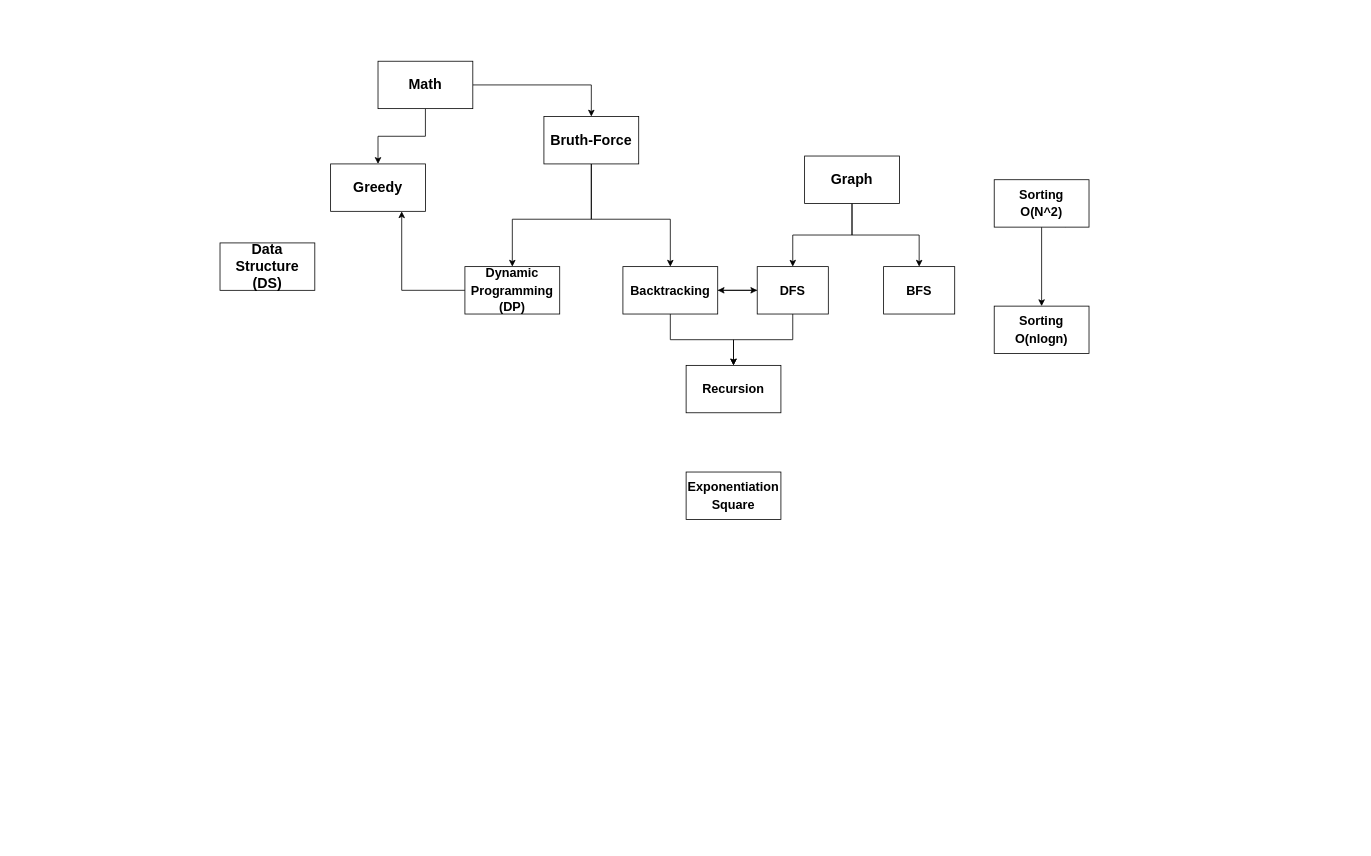
Above: Untitled Diagram.drawio in kth990303/BaekjoonStudy (draw.io), before the change. Source tidied: cells renumbered, new cells numbered last; positions are measured from the earlier drawing's top-left corner, leaving out a move shared by most shapes. Both pictures are drawn from the tidied source at 79%, with x=0, y=0 at pixel (220, 61).
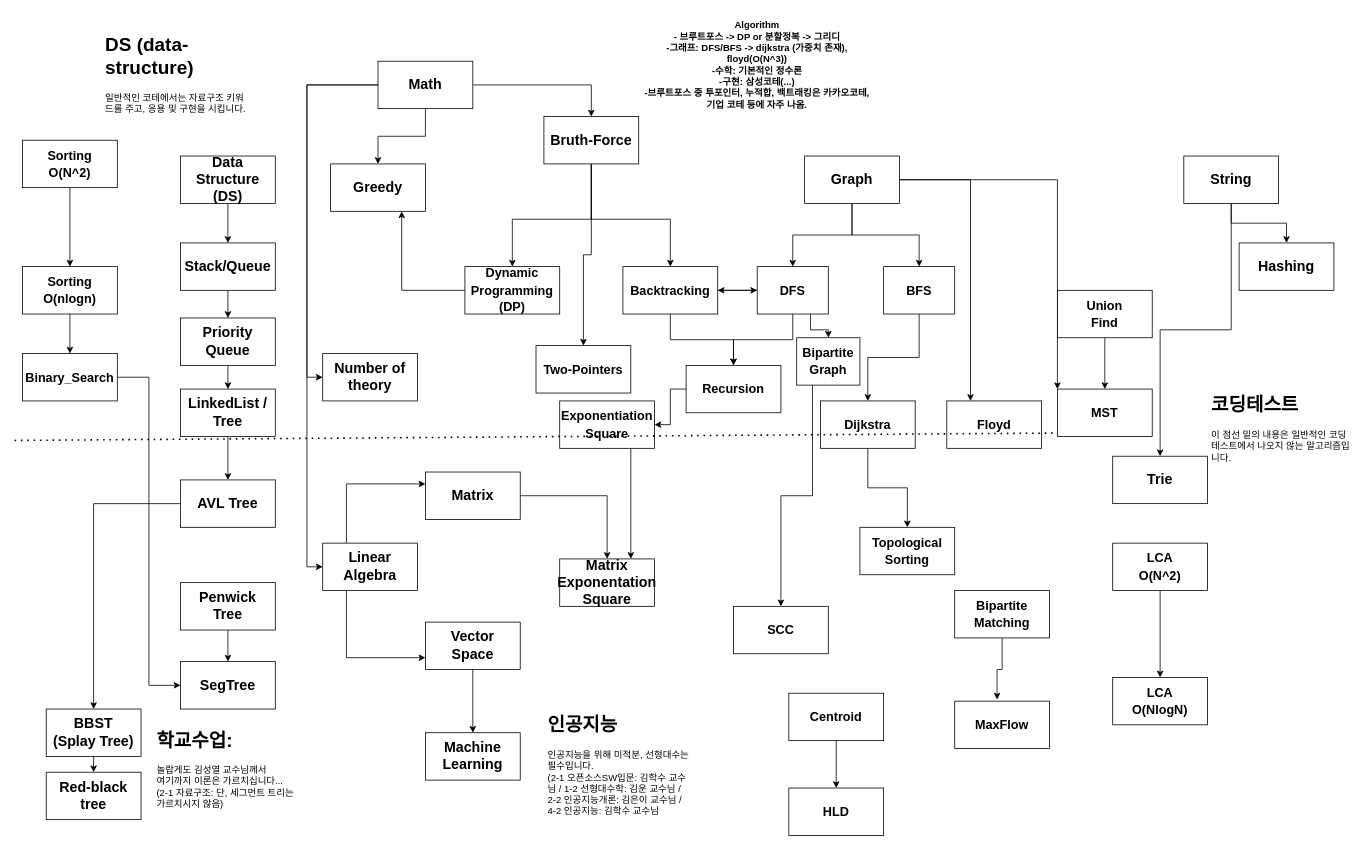
The same diagram, later.

Unchanged cells that the change refers to:
```xml
<mxCell id="4" value="&lt;font style=&quot;font-size: 18px&quot;&gt;&lt;b&gt;Bruth-Force&lt;/b&gt;&lt;/font&gt;" style="rounded=0;whiteSpace=wrap;html=1;" parent="1" vertex="1">
  <mxGeometry x="410" y="70" width="120" height="60" as="geometry" />
</mxCell>
<mxCell id="9" value="&lt;font style=&quot;font-size: 18px&quot;&gt;&lt;b&gt;Math&lt;/b&gt;&lt;/font&gt;" style="rounded=0;whiteSpace=wrap;html=1;" parent="1" vertex="1">
  <mxGeometry x="200" width="120" height="60" as="geometry" />
</mxCell>
<mxCell id="12" value="&lt;font style=&quot;font-size: 18px&quot;&gt;&lt;b&gt;Graph&lt;/b&gt;&lt;/font&gt;" style="rounded=0;whiteSpace=wrap;html=1;" parent="1" vertex="1">
  <mxGeometry x="740" y="120" width="120" height="60" as="geometry" />
</mxCell>
<mxCell id="18" value="&lt;font style=&quot;font-size: 18px&quot;&gt;&lt;b style=&quot;font-size: 16px&quot;&gt;DFS&lt;br&gt;&lt;/b&gt;&lt;/font&gt;" style="rounded=0;whiteSpace=wrap;html=1;" parent="1" vertex="1">
  <mxGeometry x="680" y="260" width="90" height="60" as="geometry" />
</mxCell>
<mxCell id="19" value="&lt;font style=&quot;font-size: 18px&quot;&gt;&lt;b style=&quot;font-size: 16px&quot;&gt;BFS&lt;br&gt;&lt;/b&gt;&lt;/font&gt;" style="rounded=0;whiteSpace=wrap;html=1;" parent="1" vertex="1">
  <mxGeometry x="840" y="260" width="90" height="60" as="geometry" />
</mxCell>
<mxCell id="26" value="&lt;font style=&quot;font-size: 18px&quot;&gt;&lt;b style=&quot;font-size: 16px&quot;&gt;Recursion&lt;br&gt;&lt;/b&gt;&lt;/font&gt;" style="rounded=0;whiteSpace=wrap;html=1;" parent="1" vertex="1">
  <mxGeometry x="590" y="385" width="120" height="60" as="geometry" />
</mxCell>
```

What changed in the source:
```diff
@@
+    <mxCell id="28" style="edgeStyle=orthogonalEdgeStyle;rounded=0;jettySize=auto;html=1;exitX=0.5;exitY=1;exitDx=0;exitDy=0;entryX=0.5;entryY=0;entryDx=0;entryDy=0;" parent="1" edge="1" source="4" target="52">
+      <mxGeometry relative="1" as="geometry" />
+    </mxCell>
@@
+    <mxCell id="29" style="edgeStyle=orthogonalEdgeStyle;rounded=0;jettySize=auto;html=1;exitX=0;exitY=0.5;exitDx=0;exitDy=0;entryX=0;entryY=0.5;entryDx=0;entryDy=0;" parent="1" edge="1" source="9" target="45">
+      <mxGeometry relative="1" as="geometry" />
+    </mxCell>
+    <mxCell id="30" style="edgeStyle=orthogonalEdgeStyle;rounded=0;jettySize=auto;html=1;exitX=0;exitY=0.5;exitDx=0;exitDy=0;entryX=0;entryY=0.5;entryDx=0;entryDy=0;" parent="1" edge="1" source="9" target="48">
+      <mxGeometry relative="1" as="geometry" />
+    </mxCell>
@@
+    <mxCell id="31" style="edgeStyle=orthogonalEdgeStyle;rounded=0;jettySize=auto;html=1;exitX=1;exitY=0.5;exitDx=0;exitDy=0;entryX=0.25;entryY=0;entryDx=0;entryDy=0;" parent="1" edge="1" source="12" target="49">
+      <mxGeometry relative="1" as="geometry" />
+    </mxCell>
+    <mxCell id="32" style="edgeStyle=orthogonalEdgeStyle;rounded=0;jettySize=auto;html=1;exitX=1;exitY=0.5;exitDx=0;exitDy=0;entryX=0;entryY=0;entryDx=0;entryDy=0;" parent="1" edge="1" source="12" target="84">
+      <mxGeometry relative="1" as="geometry" />
+    </mxCell>
@@
+    <mxCell id="33" style="edgeStyle=orthogonalEdgeStyle;rounded=0;jettySize=auto;html=1;exitX=0.75;exitY=1;exitDx=0;exitDy=0;" parent="1" edge="1" source="18" target="77">
+      <mxGeometry relative="1" as="geometry" />
+    </mxCell>
@@
+    <mxCell id="34" style="edgeStyle=orthogonalEdgeStyle;rounded=0;jettySize=auto;html=1;exitX=0.5;exitY=1;exitDx=0;exitDy=0;entryX=0.5;entryY=0;entryDx=0;entryDy=0;" parent="1" edge="1" source="19" target="40">
+      <mxGeometry relative="1" as="geometry" />
+    </mxCell>
@@
+    <mxCell id="35" style="edgeStyle=orthogonalEdgeStyle;rounded=0;jettySize=auto;html=1;exitX=0.5;exitY=1;exitDx=0;exitDy=0;" parent="1" edge="1" source="20" target="42">
+      <mxGeometry relative="1" as="geometry" />
+    </mxCell>
     <mxCell id="20" value="&lt;font style=&quot;font-size: 18px&quot;&gt;&lt;b&gt;Data&lt;br&gt;Structure&lt;br&gt;(DS)&lt;br&gt;&lt;/b&gt;&lt;/font&gt;" style="rounded=0;whiteSpace=wrap;html=1;" parent="1" vertex="1">
-      <mxGeometry y="230" width="120" height="60" as="geometry" />
+      <mxGeometry x="-50" y="120" width="120" height="60" as="geometry" />
     </mxCell>
@@
+    <mxCell id="36" style="edgeStyle=orthogonalEdgeStyle;rounded=0;jettySize=auto;html=1;exitX=0.5;exitY=1;exitDx=0;exitDy=0;entryX=0.5;entryY=0;entryDx=0;entryDy=0;" parent="1" edge="1" source="23" target="55">
+      <mxGeometry relative="1" as="geometry" />
+    </mxCell>
     <mxCell id="23" value="&lt;font style=&quot;font-size: 18px&quot;&gt;&lt;b style=&quot;font-size: 16px&quot;&gt;Sorting&lt;br&gt;O(nlogn)&lt;br&gt;&lt;/b&gt;&lt;/font&gt;" style="rounded=0;whiteSpace=wrap;html=1;" parent="1" vertex="1">
-      <mxGeometry x="980" y="310" width="120" height="60" as="geometry" />
+      <mxGeometry x="-250" y="260" width="120" height="60" as="geometry" />
     </mxCell>
@@
     <mxCell id="25" value="&lt;font style=&quot;font-size: 18px&quot;&gt;&lt;b style=&quot;font-size: 16px&quot;&gt;Sorting&lt;br&gt;O(N^2)&lt;br&gt;&lt;/b&gt;&lt;/font&gt;" style="rounded=0;whiteSpace=wrap;html=1;" parent="1" vertex="1">
-      <mxGeometry x="980" y="150" width="120" height="60" as="geometry" />
+      <mxGeometry x="-250" y="100" width="120" height="60" as="geometry" />
     </mxCell>
+    <mxCell id="37" style="edgeStyle=orthogonalEdgeStyle;rounded=0;jettySize=auto;html=1;exitX=0;exitY=0.5;exitDx=0;exitDy=0;entryX=1;entryY=0.5;entryDx=0;entryDy=0;" parent="1" edge="1" source="26" target="27">
+      <mxGeometry relative="1" as="geometry" />
+    </mxCell>
@@
+    <mxCell id="38" style="edgeStyle=orthogonalEdgeStyle;rounded=0;jettySize=auto;html=1;exitX=0.75;exitY=1;exitDx=0;exitDy=0;entryX=0.75;entryY=0;entryDx=0;entryDy=0;" parent="1" edge="1" source="27" target="70">
+      <mxGeometry relative="1" as="geometry" />
+    </mxCell>
     <mxCell id="27" value="&lt;font style=&quot;font-size: 18px&quot;&gt;&lt;b style=&quot;font-size: 16px&quot;&gt;Exponentiation&lt;br&gt;Square&lt;br&gt;&lt;/b&gt;&lt;/font&gt;" style="rounded=0;whiteSpace=wrap;html=1;" parent="1" vertex="1">
-      <mxGeometry x="590" y="520" width="120" height="60" as="geometry" />
+      <mxGeometry x="430" y="430" width="120" height="60" as="geometry" />
     </mxCell>
+    <mxCell id="39" style="edgeStyle=orthogonalEdgeStyle;rounded=0;jettySize=auto;html=1;exitX=0.5;exitY=1;exitDx=0;exitDy=0;entryX=0.5;entryY=0;entryDx=0;entryDy=0;" parent="1" edge="1" source="40" target="75">
+      <mxGeometry relative="1" as="geometry" />
+    </mxCell>
+    <mxCell id="40" value="&lt;font style=&quot;font-size: 18px&quot;&gt;&lt;b style=&quot;font-size: 16px&quot;&gt;Dijkstra&lt;br&gt;&lt;/b&gt;&lt;/font&gt;" style="rounded=0;whiteSpace=wrap;html=1;" parent="1" vertex="1">
+      <mxGeometry x="760" y="430" width="120" height="60" as="geometry" />
+    </mxCell>
+    <mxCell id="41" style="edgeStyle=orthogonalEdgeStyle;rounded=0;jettySize=auto;html=1;exitX=0.5;exitY=1;exitDx=0;exitDy=0;entryX=0.5;entryY=0;entryDx=0;entryDy=0;" parent="1" edge="1" source="42" target="44">
+      <mxGeometry relative="1" as="geometry" />
+    </mxCell>
+    <mxCell id="42" value="&lt;b&gt;&lt;font style=&quot;font-size: 18px&quot;&gt;Stack/Queue&lt;/font&gt;&lt;/b&gt;" style="rounded=0;whiteSpace=wrap;html=1;" parent="1" vertex="1">
+      <mxGeometry x="-50" y="230" width="120" height="60" as="geometry" />
+    </mxCell>
+    <mxCell id="43" style="edgeStyle=orthogonalEdgeStyle;rounded=0;jettySize=auto;html=1;exitX=0.5;exitY=1;exitDx=0;exitDy=0;entryX=0.5;entryY=0;entryDx=0;entryDy=0;" parent="1" edge="1" source="44" target="57">
+      <mxGeometry relative="1" as="geometry" />
+    </mxCell>
+    <mxCell id="44" value="&lt;b&gt;&lt;font style=&quot;font-size: 18px&quot;&gt;Priority&lt;br&gt;Queue&lt;/font&gt;&lt;/b&gt;" style="rounded=0;whiteSpace=wrap;html=1;" parent="1" vertex="1">
+      <mxGeometry x="-50" y="325" width="120" height="60" as="geometry" />
+    </mxCell>
+    <mxCell id="45" value="&lt;font style=&quot;font-size: 18px&quot;&gt;&lt;b&gt;Number of&lt;br&gt;theory&lt;br&gt;&lt;/b&gt;&lt;/font&gt;" style="rounded=0;whiteSpace=wrap;html=1;" parent="1" vertex="1">
+      <mxGeometry x="130" y="370" width="120" height="60" as="geometry" />
+    </mxCell>
+    <mxCell id="46" style="edgeStyle=orthogonalEdgeStyle;rounded=0;jettySize=auto;html=1;exitX=0.25;exitY=0;exitDx=0;exitDy=0;entryX=0;entryY=0.25;entryDx=0;entryDy=0;" parent="1" edge="1" source="48" target="67">
+      <mxGeometry relative="1" as="geometry" />
+    </mxCell>
+    <mxCell id="47" style="edgeStyle=orthogonalEdgeStyle;rounded=0;jettySize=auto;html=1;exitX=0.25;exitY=1;exitDx=0;exitDy=0;entryX=0;entryY=0.75;entryDx=0;entryDy=0;" parent="1" edge="1" source="48" target="69">
+      <mxGeometry relative="1" as="geometry" />
+    </mxCell>
+    <mxCell id="48" value="&lt;font style=&quot;font-size: 18px&quot;&gt;&lt;b&gt;Linear&lt;br&gt;Algebra&lt;br&gt;&lt;/b&gt;&lt;/font&gt;" style="rounded=0;whiteSpace=wrap;html=1;" parent="1" vertex="1">
+      <mxGeometry x="130" y="610" width="120" height="60" as="geometry" />
+    </mxCell>
+    <mxCell id="49" value="&lt;font style=&quot;font-size: 18px&quot;&gt;&lt;b style=&quot;font-size: 16px&quot;&gt;Floyd&lt;br&gt;&lt;/b&gt;&lt;/font&gt;" style="rounded=0;whiteSpace=wrap;html=1;" parent="1" vertex="1">
+      <mxGeometry x="920" y="430" width="120" height="60" as="geometry" />
+    </mxCell>
+    <mxCell id="50" style="endArrow=none;dashed=1;html=1;dashPattern=1 3;strokeWidth=2;" parent="1" edge="1">
+      <mxGeometry relative="1" as="geometry">
+        <mxPoint x="-260" y="480" as="sourcePoint" />
+        <mxPoint x="1152.7" y="470" as="targetPoint" />
+      </mxGeometry>
+    </mxCell>
+    <mxCell id="51" value="Algorithm&lt;br&gt;- 브루트포스 -&amp;gt; DP or 분할정복 -&amp;gt; 그리디&lt;br&gt;-그래프: DFS/BFS -&amp;gt; dijkstra (가중치 존재), floyd(O(N^3))&lt;br&gt;-수학: 기본적인 정수론&lt;br&gt;-구현: 삼성코테(...)&lt;br&gt;-브루트포스 중 투포인터, 누적합, 백트래킹은 카카오코테, 기업 코테 등에 자주 나옴." style="text;html=1;strokeColor=none;fillColor=none;align=center;verticalAlign=middle;whiteSpace=wrap;rounded=0;fontStyle=1;" parent="1" vertex="1">
+      <mxGeometry x="530" y="-60" width="300" height="130" as="geometry" />
+    </mxCell>
+    <mxCell id="52" value="&lt;font style=&quot;font-size: 18px&quot;&gt;&lt;b style=&quot;font-size: 16px&quot;&gt;Two-Pointers&lt;br&gt;&lt;/b&gt;&lt;/font&gt;" style="rounded=0;whiteSpace=wrap;html=1;" parent="1" vertex="1">
+      <mxGeometry x="400" y="360" width="120" height="60" as="geometry" />
+    </mxCell>
+    <mxCell id="53" value="&lt;font style=&quot;font-size: 18px&quot;&gt;&lt;b&gt;SegTree&lt;br&gt;&lt;/b&gt;&lt;/font&gt;" style="rounded=0;whiteSpace=wrap;html=1;" parent="1" vertex="1">
+      <mxGeometry x="-50" y="760" width="120" height="60" as="geometry" />
+    </mxCell>
+    <mxCell id="54" style="edgeStyle=orthogonalEdgeStyle;rounded=0;jettySize=auto;html=1;entryX=0;entryY=0.5;entryDx=0;entryDy=0;" parent="1" edge="1" source="55" target="53">
+      <mxGeometry relative="1" as="geometry" />
+    </mxCell>
+    <mxCell id="55" value="&lt;font style=&quot;font-size: 18px&quot;&gt;&lt;b style=&quot;font-size: 16px&quot;&gt;Binary_Search&lt;br&gt;&lt;/b&gt;&lt;/font&gt;" style="rounded=0;whiteSpace=wrap;html=1;" parent="1" vertex="1">
+      <mxGeometry x="-250" y="370" width="120" height="60" as="geometry" />
+    </mxCell>
+    <mxCell id="56" style="edgeStyle=orthogonalEdgeStyle;rounded=0;jettySize=auto;html=1;entryX=0.5;entryY=0;entryDx=0;entryDy=0;" parent="1" edge="1" source="57" target="59">
+      <mxGeometry relative="1" as="geometry" />
+    </mxCell>
+    <mxCell id="57" value="&lt;span style=&quot;font-size: 18px&quot;&gt;&lt;b&gt;LinkedList / Tree&lt;/b&gt;&lt;/span&gt;" style="rounded=0;whiteSpace=wrap;html=1;" parent="1" vertex="1">
+      <mxGeometry x="-50" y="415" width="120" height="60" as="geometry" />
+    </mxCell>
+    <mxCell id="58" style="edgeStyle=orthogonalEdgeStyle;rounded=0;jettySize=auto;html=1;entryX=0.5;entryY=0;entryDx=0;entryDy=0;" parent="1" edge="1" source="59" target="61">
+      <mxGeometry relative="1" as="geometry" />
+    </mxCell>
+    <mxCell id="59" value="&lt;span style=&quot;font-size: 18px&quot;&gt;&lt;b&gt;AVL Tree&lt;br&gt;&lt;/b&gt;&lt;/span&gt;" style="rounded=0;whiteSpace=wrap;html=1;" parent="1" vertex="1">
+      <mxGeometry x="-50" y="530" width="120" height="60" as="geometry" />
+    </mxCell>
+    <mxCell id="60" style="edgeStyle=orthogonalEdgeStyle;rounded=0;jettySize=auto;html=1;exitX=0.5;exitY=1;exitDx=0;exitDy=0;entryX=0.5;entryY=0;entryDx=0;entryDy=0;" parent="1" edge="1" source="61" target="64">
+      <mxGeometry relative="1" as="geometry" />
+    </mxCell>
+    <mxCell id="61" value="&lt;span style=&quot;font-size: 18px&quot;&gt;&lt;b&gt;BBST&lt;br&gt;(Splay Tree)&lt;br&gt;&lt;/b&gt;&lt;/span&gt;" style="rounded=0;whiteSpace=wrap;html=1;" parent="1" vertex="1">
+      <mxGeometry x="-220" y="820" width="120" height="60" as="geometry" />
+    </mxCell>
+    <mxCell id="62" style="edgeStyle=orthogonalEdgeStyle;rounded=0;jettySize=auto;html=1;exitX=0.5;exitY=1;exitDx=0;exitDy=0;entryX=0.5;entryY=0;entryDx=0;entryDy=0;" parent="1" edge="1" source="63" target="53">
+      <mxGeometry relative="1" as="geometry" />
+    </mxCell>
+    <mxCell id="63" value="&lt;font style=&quot;font-size: 18px&quot;&gt;&lt;b&gt;Penwick&lt;br&gt;Tree&lt;br&gt;&lt;/b&gt;&lt;/font&gt;" style="rounded=0;whiteSpace=wrap;html=1;" parent="1" vertex="1">
+      <mxGeometry x="-50" y="660" width="120" height="60" as="geometry" />
+    </mxCell>
+    <mxCell id="64" value="&lt;span style=&quot;font-size: 18px&quot;&gt;&lt;b&gt;Red-black&lt;br&gt;tree&lt;br&gt;&lt;/b&gt;&lt;/span&gt;" style="rounded=0;whiteSpace=wrap;html=1;" parent="1" vertex="1">
+      <mxGeometry x="-220" y="900" width="120" height="60" as="geometry" />
+    </mxCell>
+    <mxCell id="65" value="&lt;h1&gt;학교수업:&lt;/h1&gt;&lt;div&gt;놀랍게도 김성열 교수님께서&lt;/div&gt;&lt;div&gt;여기까지 이론은 가르치십니다...&lt;/div&gt;&lt;div&gt;(2-1 자료구조: 단, 세그먼트 트리는 가르치시지 않음)&lt;/div&gt;" style="text;html=1;strokeColor=none;fillColor=none;spacing=5;spacingTop=-20;whiteSpace=wrap;overflow=hidden;rounded=0;" parent="1" vertex="1">
+      <mxGeometry x="-85" y="840" width="190" height="120" as="geometry" />
+    </mxCell>
+    <mxCell id="66" style="edgeStyle=orthogonalEdgeStyle;rounded=0;jettySize=auto;html=1;exitX=1;exitY=0.5;exitDx=0;exitDy=0;entryX=0.5;entryY=0;entryDx=0;entryDy=0;" parent="1" edge="1" source="67" target="70">
+      <mxGeometry relative="1" as="geometry" />
+    </mxCell>
+    <mxCell id="67" value="&lt;font style=&quot;font-size: 18px&quot;&gt;&lt;b&gt;Matrix&lt;br&gt;&lt;/b&gt;&lt;/font&gt;" style="rounded=0;whiteSpace=wrap;html=1;" parent="1" vertex="1">
+      <mxGeometry x="260" y="520" width="120" height="60" as="geometry" />
+    </mxCell>
+    <mxCell id="68" style="edgeStyle=orthogonalEdgeStyle;rounded=0;jettySize=auto;html=1;exitX=0.5;exitY=1;exitDx=0;exitDy=0;entryX=0.5;entryY=0;entryDx=0;entryDy=0;" parent="1" edge="1" source="69" target="71">
+      <mxGeometry relative="1" as="geometry" />
+    </mxCell>
+    <mxCell id="69" value="&lt;font style=&quot;font-size: 18px&quot;&gt;&lt;b&gt;Vector&lt;br&gt;Space&lt;br&gt;&lt;/b&gt;&lt;/font&gt;" style="rounded=0;whiteSpace=wrap;html=1;" parent="1" vertex="1">
+      <mxGeometry x="260" y="710" width="120" height="60" as="geometry" />
+    </mxCell>
+    <mxCell id="70" value="&lt;font style=&quot;font-size: 18px&quot;&gt;&lt;b&gt;Matrix Exponentation&lt;br&gt;Square&lt;br&gt;&lt;/b&gt;&lt;/font&gt;" style="rounded=0;whiteSpace=wrap;html=1;" parent="1" vertex="1">
+      <mxGeometry x="430" y="630" width="120" height="60" as="geometry" />
+    </mxCell>
+    <mxCell id="71" value="&lt;font style=&quot;font-size: 18px&quot;&gt;&lt;b&gt;Machine&lt;br&gt;Learning&lt;br&gt;&lt;/b&gt;&lt;/font&gt;" style="rounded=0;whiteSpace=wrap;html=1;" parent="1" vertex="1">
+      <mxGeometry x="260" y="850" width="120" height="60" as="geometry" />
+    </mxCell>
+    <mxCell id="72" value="&lt;h1&gt;인공지능&lt;/h1&gt;&lt;div&gt;인공지능을 위해 미적분, 선형대수는 필수입니다.&lt;/div&gt;&lt;div&gt;(2-1 오픈소스SW입문: 김학수 교수님 / 1-2 선형대수학: 김운 교수님 / 2-2 인공지능개론: 김은이 교수님 / 4-2 인공지능: 김학수 교수님&lt;/div&gt;" style="text;html=1;strokeColor=none;fillColor=none;spacing=5;spacingTop=-20;whiteSpace=wrap;overflow=hidden;rounded=0;" parent="1" vertex="1">
+      <mxGeometry x="410" y="820" width="190" height="170" as="geometry" />
+    </mxCell>
+    <mxCell id="73" value="&lt;h1&gt;코딩테스트&lt;/h1&gt;&lt;div&gt;이 점선 밑의 내용은 일반적인 코딩테스트에서 나오지 않는 알고리즘입니다.&lt;/div&gt;" style="text;html=1;strokeColor=none;fillColor=none;spacing=5;spacingTop=-20;whiteSpace=wrap;overflow=hidden;rounded=0;" parent="1" vertex="1">
+      <mxGeometry x="1250" y="415" width="190" height="120" as="geometry" />
+    </mxCell>
+    <mxCell id="74" value="&lt;h1&gt;DS (data-structure)&lt;/h1&gt;&lt;div&gt;일반적인 코테에서는 자료구조 키워드를 주고, 응용 및 구현을 시킵니다.&lt;/div&gt;" style="text;html=1;strokeColor=none;fillColor=none;spacing=5;spacingTop=-20;whiteSpace=wrap;overflow=hidden;rounded=0;" parent="1" vertex="1">
+      <mxGeometry x="-150" y="-40" width="190" height="120" as="geometry" />
+    </mxCell>
+    <mxCell id="75" value="&lt;font style=&quot;font-size: 18px&quot;&gt;&lt;b style=&quot;font-size: 16px&quot;&gt;Topological&lt;br&gt;Sorting&lt;br&gt;&lt;/b&gt;&lt;/font&gt;" style="rounded=0;whiteSpace=wrap;html=1;" parent="1" vertex="1">
+      <mxGeometry x="810" y="590" width="120" height="60" as="geometry" />
+    </mxCell>
+    <mxCell id="76" style="edgeStyle=orthogonalEdgeStyle;rounded=0;jettySize=auto;html=1;exitX=0.25;exitY=1;exitDx=0;exitDy=0;" parent="1" edge="1" source="77" target="81">
+      <mxGeometry relative="1" as="geometry" />
+    </mxCell>
+    <mxCell id="77" value="&lt;font style=&quot;font-size: 18px&quot;&gt;&lt;b style=&quot;font-size: 16px&quot;&gt;Bipartite&lt;br&gt;Graph&lt;br&gt;&lt;/b&gt;&lt;/font&gt;" style="rounded=0;whiteSpace=wrap;html=1;" parent="1" vertex="1">
+      <mxGeometry x="730" y="350" width="80" height="60" as="geometry" />
+    </mxCell>
+    <mxCell id="78" style="edgeStyle=orthogonalEdgeStyle;rounded=0;jettySize=auto;html=1;exitX=0.5;exitY=1;exitDx=0;exitDy=0;entryX=0.5;entryY=0;entryDx=0;entryDy=0;" parent="1" edge="1" source="79" target="80">
+      <mxGeometry relative="1" as="geometry" />
+    </mxCell>
+    <mxCell id="79" value="&lt;font style=&quot;font-size: 18px&quot;&gt;&lt;b style=&quot;font-size: 16px&quot;&gt;LCA&lt;br&gt;O(N^2)&lt;br&gt;&lt;/b&gt;&lt;/font&gt;" style="rounded=0;whiteSpace=wrap;html=1;" parent="1" vertex="1">
+      <mxGeometry x="1130" y="610" width="120" height="60" as="geometry" />
+    </mxCell>
+    <mxCell id="80" value="&lt;font style=&quot;font-size: 18px&quot;&gt;&lt;b style=&quot;font-size: 16px&quot;&gt;LCA&lt;br&gt;O(NlogN)&lt;br&gt;&lt;/b&gt;&lt;/font&gt;" style="rounded=0;whiteSpace=wrap;html=1;" parent="1" vertex="1">
+      <mxGeometry x="1130" y="780" width="120" height="60" as="geometry" />
+    </mxCell>
+    <mxCell id="81" value="&lt;font style=&quot;font-size: 18px&quot;&gt;&lt;b style=&quot;font-size: 16px&quot;&gt;SCC&lt;br&gt;&lt;/b&gt;&lt;/font&gt;" style="rounded=0;whiteSpace=wrap;html=1;" parent="1" vertex="1">
+      <mxGeometry x="650" y="690" width="120" height="60" as="geometry" />
+    </mxCell>
+    <mxCell id="82" style="edgeStyle=orthogonalEdgeStyle;rounded=0;jettySize=auto;html=1;entryX=0.5;entryY=0;entryDx=0;entryDy=0;" parent="1" edge="1" source="83" target="84">
+      <mxGeometry relative="1" as="geometry" />
+    </mxCell>
+    <mxCell id="83" value="&lt;font style=&quot;font-size: 18px&quot;&gt;&lt;b style=&quot;font-size: 16px&quot;&gt;Union&lt;br&gt;Find&lt;br&gt;&lt;/b&gt;&lt;/font&gt;" style="rounded=0;whiteSpace=wrap;html=1;" parent="1" vertex="1">
+      <mxGeometry x="1060" y="290" width="120" height="60" as="geometry" />
+    </mxCell>
+    <mxCell id="84" value="&lt;font style=&quot;font-size: 18px&quot;&gt;&lt;b style=&quot;font-size: 16px&quot;&gt;MST&lt;br&gt;&lt;/b&gt;&lt;/font&gt;" style="rounded=0;whiteSpace=wrap;html=1;" parent="1" vertex="1">
+      <mxGeometry x="1060" y="415" width="120" height="60" as="geometry" />
+    </mxCell>
+    <mxCell id="85" value="&lt;font style=&quot;font-size: 18px&quot;&gt;&lt;b style=&quot;font-size: 16px&quot;&gt;MaxFlow&lt;br&gt;&lt;/b&gt;&lt;/font&gt;" style="rounded=0;whiteSpace=wrap;html=1;" parent="1" vertex="1">
+      <mxGeometry x="930" y="810" width="120" height="60" as="geometry" />
+    </mxCell>
+    <mxCell id="86" style="edgeStyle=orthogonalEdgeStyle;rounded=0;jettySize=auto;html=1;exitX=0.5;exitY=1;exitDx=0;exitDy=0;entryX=0.447;entryY=-0.033;entryDx=0;entryDy=0;entryPerimeter=0;" parent="1" edge="1" source="87" target="85">
+      <mxGeometry relative="1" as="geometry" />
+    </mxCell>
+    <mxCell id="87" value="&lt;font style=&quot;font-size: 18px&quot;&gt;&lt;b style=&quot;font-size: 16px&quot;&gt;Bipartite&lt;br&gt;Matching&lt;br&gt;&lt;/b&gt;&lt;/font&gt;" style="rounded=0;whiteSpace=wrap;html=1;" parent="1" vertex="1">
+      <mxGeometry x="930" y="670" width="120" height="60" as="geometry" />
+    </mxCell>
+    <mxCell id="88" style="edgeStyle=orthogonalEdgeStyle;rounded=0;jettySize=auto;html=1;entryX=0.5;entryY=0;entryDx=0;entryDy=0;" parent="1" edge="1" source="90" target="91">
+      <mxGeometry relative="1" as="geometry" />
+    </mxCell>
+    <mxCell id="89" style="edgeStyle=orthogonalEdgeStyle;rounded=0;jettySize=auto;html=1;entryX=0.5;entryY=0;entryDx=0;entryDy=0;" parent="1" edge="1" source="90" target="92">
+      <mxGeometry relative="1" as="geometry" />
+    </mxCell>
+    <mxCell id="90" value="&lt;font style=&quot;font-size: 18px&quot;&gt;&lt;b&gt;String&lt;/b&gt;&lt;/font&gt;" style="rounded=0;whiteSpace=wrap;html=1;" parent="1" vertex="1">
+      <mxGeometry x="1220" y="120" width="120" height="60" as="geometry" />
+    </mxCell>
+    <mxCell id="91" value="&lt;font style=&quot;font-size: 18px&quot;&gt;&lt;b&gt;Hashing&lt;/b&gt;&lt;/font&gt;" style="rounded=0;whiteSpace=wrap;html=1;" parent="1" vertex="1">
+      <mxGeometry x="1290" y="230" width="120" height="60" as="geometry" />
+    </mxCell>
+    <mxCell id="92" value="&lt;font style=&quot;font-size: 18px&quot;&gt;&lt;b&gt;Trie&lt;/b&gt;&lt;/font&gt;" style="rounded=0;whiteSpace=wrap;html=1;" parent="1" vertex="1">
+      <mxGeometry x="1130" y="500" width="120" height="60" as="geometry" />
+    </mxCell>
+    <mxCell id="93" style="edgeStyle=orthogonalEdgeStyle;rounded=0;jettySize=auto;html=1;exitX=0.5;exitY=1;exitDx=0;exitDy=0;" parent="1" edge="1" source="94" target="95">
+      <mxGeometry relative="1" as="geometry" />
+    </mxCell>
+    <mxCell id="94" value="&lt;font style=&quot;font-size: 18px&quot;&gt;&lt;b style=&quot;font-size: 16px&quot;&gt;Centroid&lt;br&gt;&lt;/b&gt;&lt;/font&gt;" style="rounded=0;whiteSpace=wrap;html=1;" parent="1" vertex="1">
+      <mxGeometry x="720" y="800" width="120" height="60" as="geometry" />
+    </mxCell>
+    <mxCell id="95" value="&lt;font style=&quot;font-size: 18px&quot;&gt;&lt;b style=&quot;font-size: 16px&quot;&gt;HLD&lt;br&gt;&lt;/b&gt;&lt;/font&gt;" style="rounded=0;whiteSpace=wrap;html=1;" parent="1" vertex="1">
+      <mxGeometry x="720" y="920" width="120" height="60" as="geometry" />
+    </mxCell>
```
